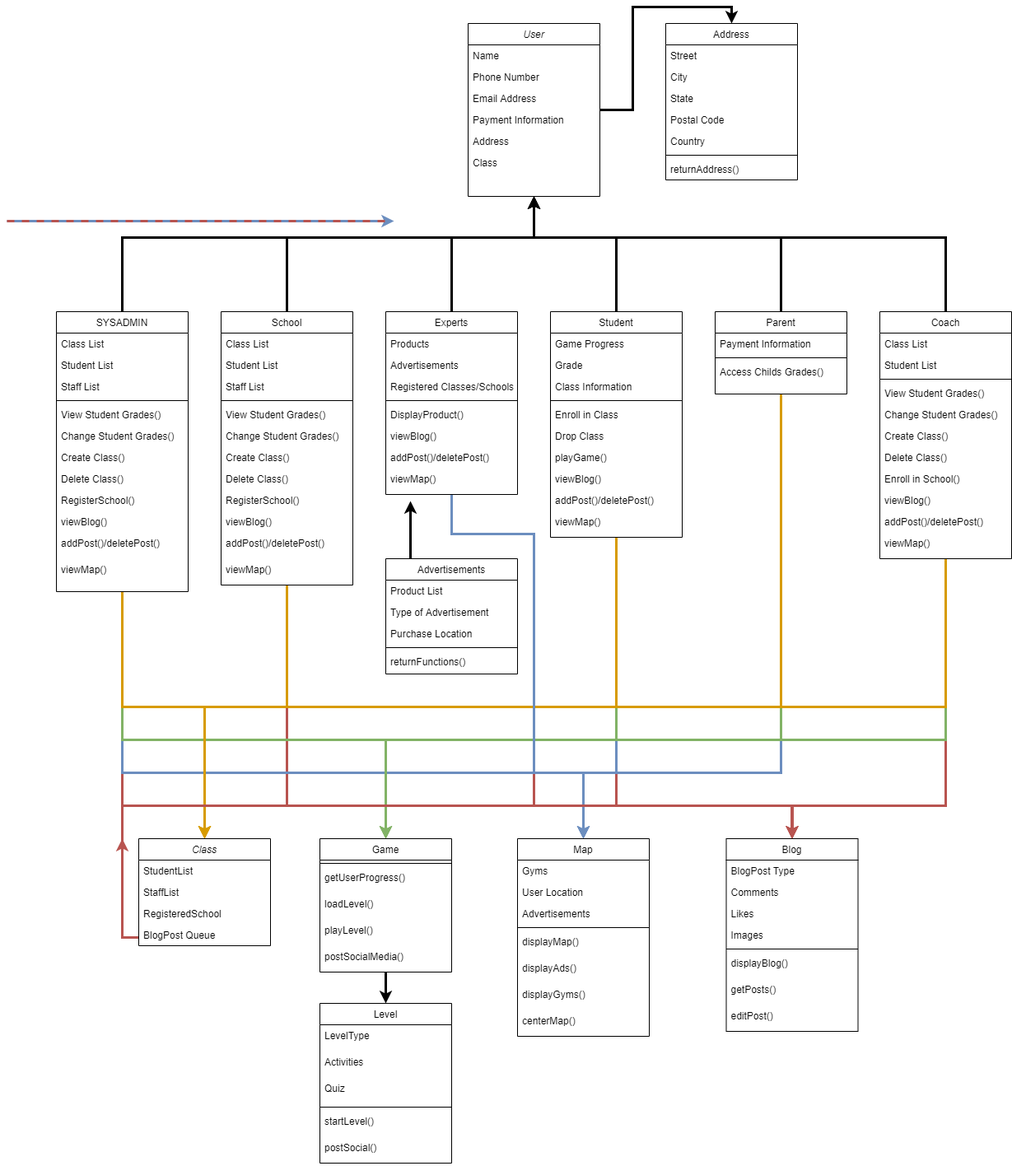
Before: Deliverables/Week_4/Class Diagram.png, a diagram exported from draw.io (Hanandrof/Group-3-Repository). Source tidied: cells renumbered, new cells last; positions are measured from the earlier drawing's top-left corner, leaving out a move shared by most shapes.
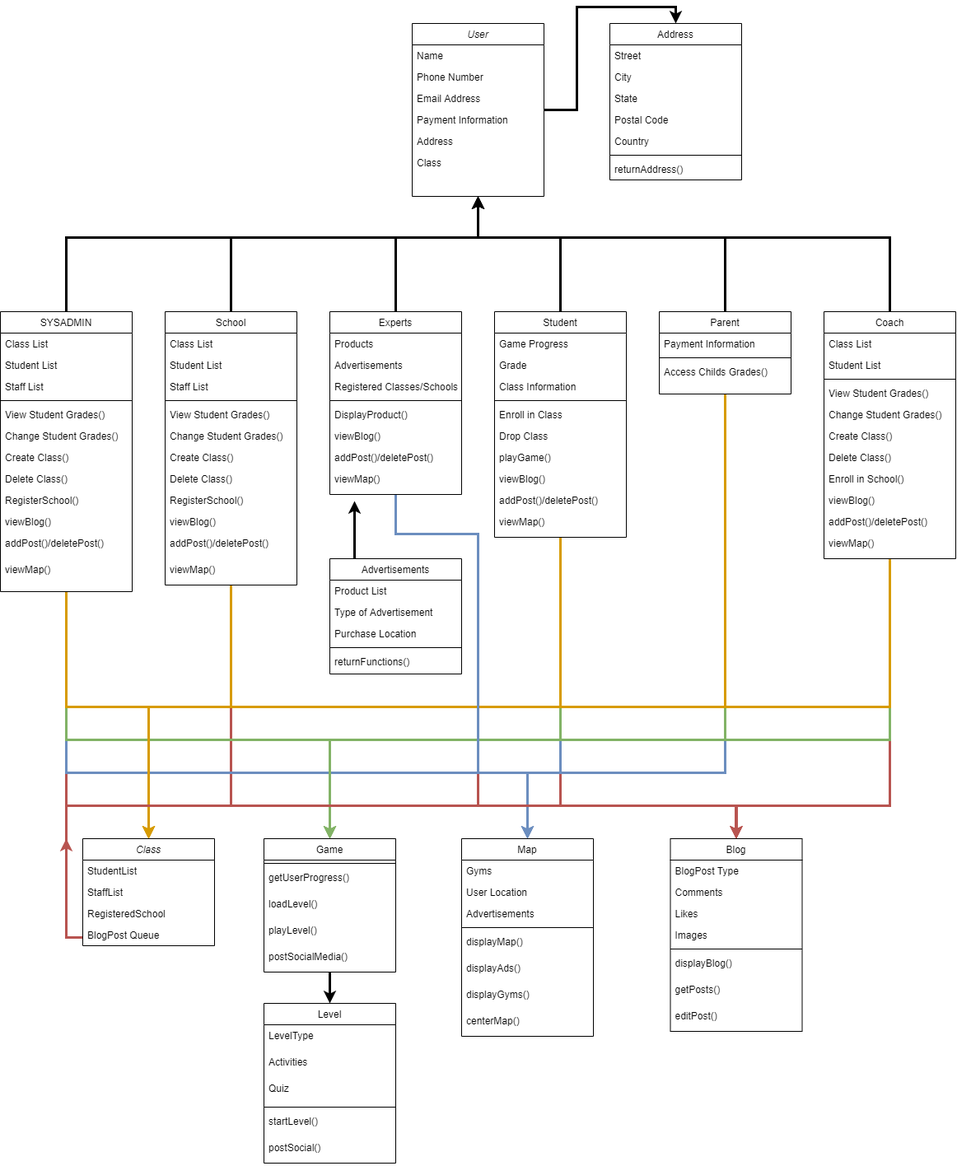
After the commit.

Change to the diagram source:
```diff
@@ -586,17 +586,5 @@
     <mxCell id="149" value="BlogPost Queue" style="text;align=left;verticalAlign=top;spacingLeft=4;spacingRight=4;overflow=hidden;rounded=0;shadow=0;html=0;" parent="145" vertex="1">
       <mxGeometry y="104" width="160" height="26" as="geometry" />
     </mxCell>
-    <mxCell id="150" style="endArrow=classic;html=1;strokeWidth=3;fillColor=#dae8fc;strokeColor=#6c8ebf;" parent="1" edge="1">
-      <mxGeometry relative="1" as="geometry">
-        <mxPoint y="240" as="sourcePoint" />
-        <mxPoint x="470" y="240" as="targetPoint" />
-      </mxGeometry>
-    </mxCell>
-    <mxCell id="151" style="endArrow=none;dashed=1;html=1;strokeWidth=3;fillColor=#f8cecc;strokeColor=#b85450;" parent="1" edge="1">
-      <mxGeometry relative="1" as="geometry">
-        <mxPoint y="240" as="sourcePoint" />
-        <mxPoint x="460" y="240" as="targetPoint" />
-      </mxGeometry>
-    </mxCell>
   </root>
 </mxGraphModel>
```
